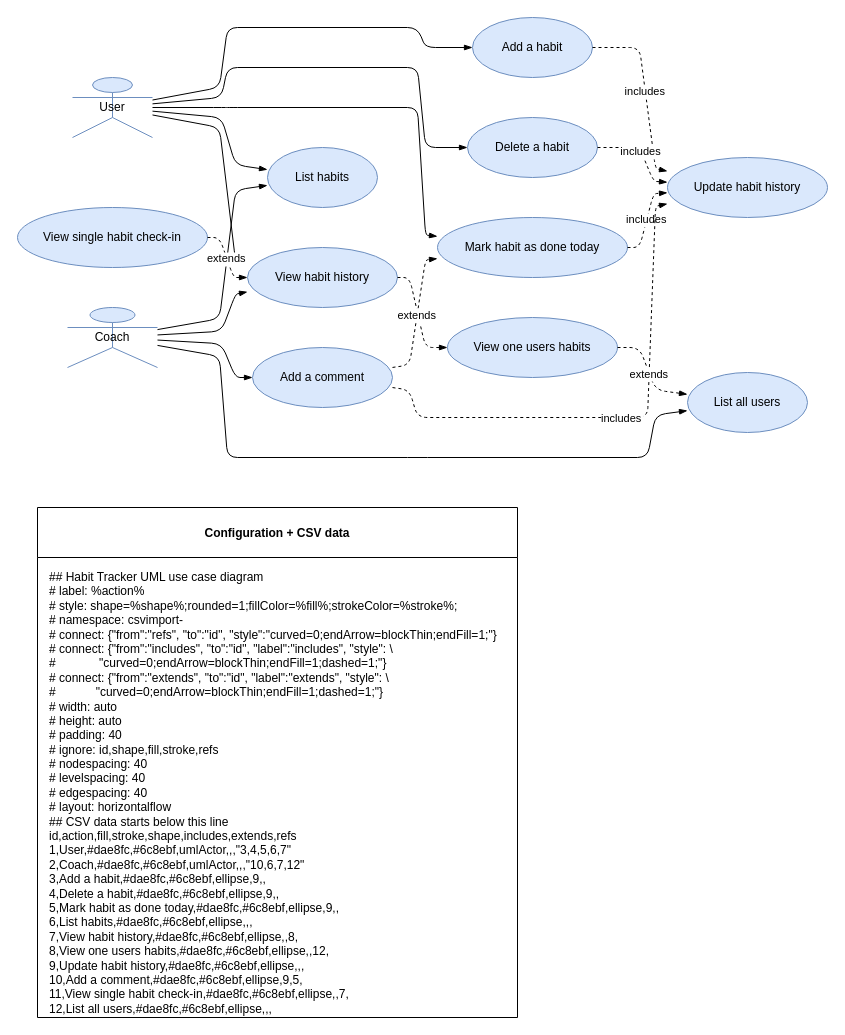
Earlier version of the draw.io diagram page "UML use case diagram" (3 of 4) of blog/CSVimport-examples.drawio (jgraph/drawio-diagrams). Source tidied: cells renumbered, new cells numbered last; positions are measured from the earlier drawing's top-left corner, leaving out a move shared by most shapes. Both pictures are drawn from the tidied source at 100%, with x=0, y=0 at pixel (17, 17).
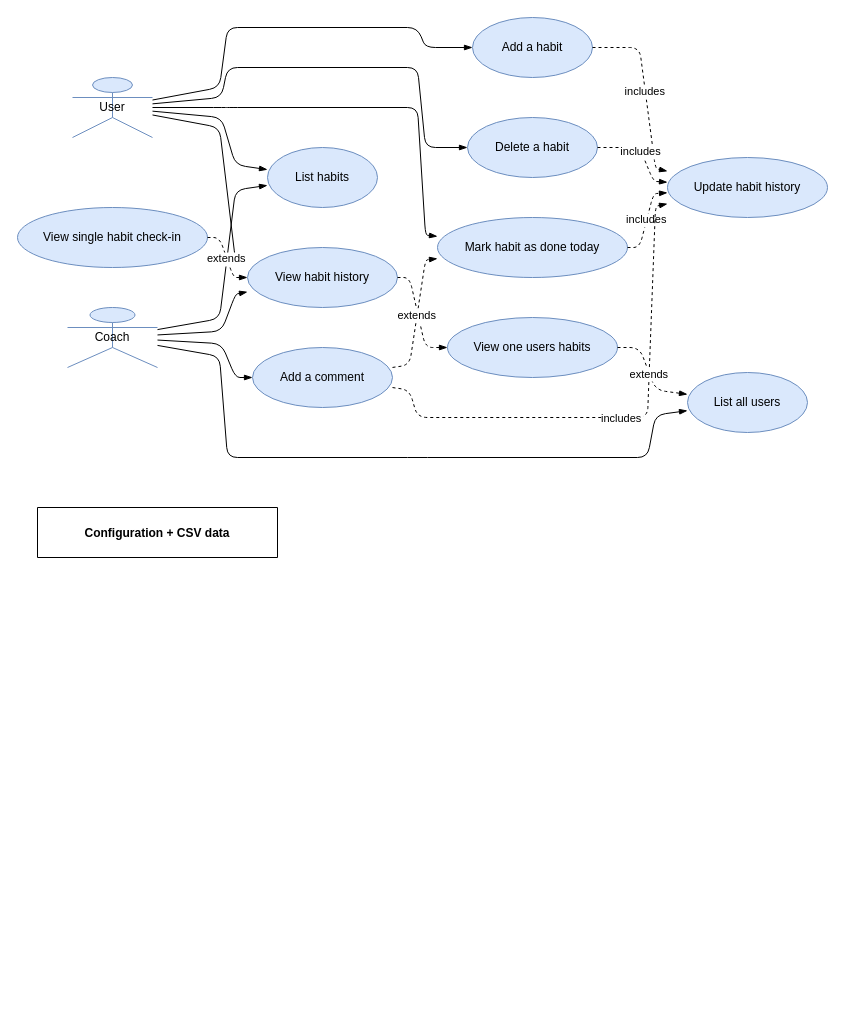
The same diagram, later.

What changed in the source:
```diff
@@
-    <mxCell id="31" value="Configuration + CSV data" style="swimlane;startSize=50;" parent="1" vertex="1">
-      <mxGeometry x="20" y="490" width="480" height="510" as="geometry" />
+    <mxCell id="31" value="Configuration + CSV data" style="swimlane;startSize=50;" parent="1" vertex="1" collapsed="1">
+      <mxGeometry x="20" y="490" width="240" height="50" as="geometry" />
     </mxCell>
-    <mxCell id="32" value="&lt;div&gt;## Habit Tracker UML use case diagram&lt;/div&gt;&lt;div&gt;# label: %action%&lt;/div&gt;&lt;div&gt;# style: shape=%shape%;rounded=1;fillColor=%fill%;strokeColor=%stroke%;&lt;/div&gt;&lt;div&gt;# namespace: csvimport-&lt;/div&gt;&lt;div&gt;# connect: {&quot;from&quot;:&quot;refs&quot;, &quot;to&quot;:&quot;id&quot;, &quot;style&quot;:&quot;curved=0;endArrow=blockThin;endFill=1;&quot;}&lt;/div&gt;&lt;div&gt;# connect: {&quot;from&quot;:&quot;includes&quot;, &quot;to&quot;:&quot;id&quot;, &quot;label&quot;:&quot;includes&quot;, &quot;style&quot;: \&lt;/div&gt;&lt;div&gt;# &amp;nbsp; &amp;nbsp; &amp;nbsp; &amp;nbsp; &amp;nbsp; &amp;nbsp; &quot;curved=0;endArrow=blockThin;endFill=1;dashed=1;&quot;}&lt;/div&gt;&lt;div&gt;# connect: {&quot;from&quot;:&quot;extends&quot;, &quot;to&quot;:&quot;id&quot;, &quot;label&quot;:&quot;extends&quot;, &quot;style&quot;: \&lt;/div&gt;&lt;div&gt;# &amp;nbsp; &amp;nbsp; &amp;nbsp; &amp;nbsp; &amp;nbsp; &amp;nbsp;&quot;curved=0;endArrow=blockThin;endFill=1;dashed=1;&quot;}&lt;/div&gt;&lt;div&gt;# width: auto&lt;/div&gt;&lt;div&gt;# height: auto&lt;/div&gt;&lt;div&gt;# padding: 40&lt;/div&gt;&lt;div&gt;# ignore: id,shape,fill,stroke,refs&lt;/div&gt;&lt;div&gt;# nodespacing: 40&lt;/div&gt;&lt;div&gt;# levelspacing: 40&lt;/div&gt;&lt;div&gt;# edgespacing: 40&lt;/div&gt;&lt;div&gt;# layout: horizontalflow&lt;/div&gt;&lt;div&gt;## CSV data starts below this line&lt;/div&gt;&lt;div&gt;id,action,fill,stroke,shape,includes,extends,refs&lt;/div&gt;&lt;div&gt;1,User,#dae8fc,#6c8ebf,umlActor,,,&quot;3,4,5,6,7&quot;&lt;/div&gt;&lt;div&gt;2,Coach,#dae8fc,#6c8ebf,umlActor,,,&quot;10,6,7,12&quot;&lt;/div&gt;&lt;div&gt;3,Add a habit,#dae8fc,#6c8ebf,ellipse,9,,&lt;/div&gt;&lt;div&gt;4,Delete a habit,#dae8fc,#6c8ebf,ellipse,9,,&lt;/div&gt;&lt;div&gt;5,Mark habit as done today,#dae8fc,#6c8ebf,ellipse,9,,&lt;/div&gt;&lt;div&gt;6,List habits,#dae8fc,#6c8ebf,ellipse,,,&lt;/div&gt;&lt;div&gt;7,View habit history,#dae8fc,#6c8ebf,ellipse,,8,&lt;/div&gt;&lt;div&gt;8,View one users habits,#dae8fc,#6c8ebf,ellipse,,12,&lt;/div&gt;&lt;div&gt;9,Update habit history,#dae8fc,#6c8ebf,ellipse,,,&lt;/div&gt;&lt;div&gt;10,Add a comment,#dae8fc,#6c8ebf,ellipse,9,5,&lt;/div&gt;&lt;div&gt;11,View single habit check-in,#dae8fc,#6c8ebf,ellipse,,7,&lt;/div&gt;&lt;div&gt;12,List all users,#dae8fc,#6c8ebf,ellipse,,,&lt;/div&gt;" style="text;html=1;align=left;verticalAlign=top;spacingTop=-4;" parent="31" vertex="1">
-      <mxGeometry x="10" y="60" width="460" height="440" as="geometry" />
-    </mxCell>
```
